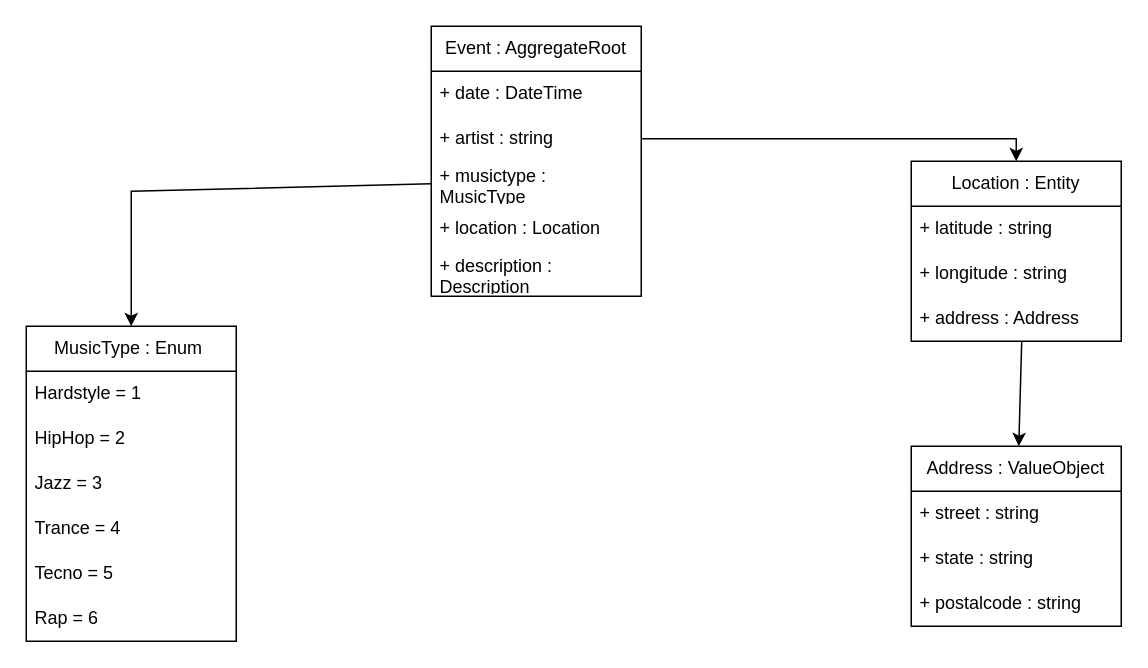
Before: diagrams/Event.drawio in TiagoMoreira003/EventService, a draw.io diagram. Source tidied: cells renumbered, new cells numbered last; positions are measured from the earlier drawing's top-left corner, leaving out a move shared by most shapes. Both pictures are drawn from the tidied source at 150%, with x=0, y=0 at pixel (26, 26).
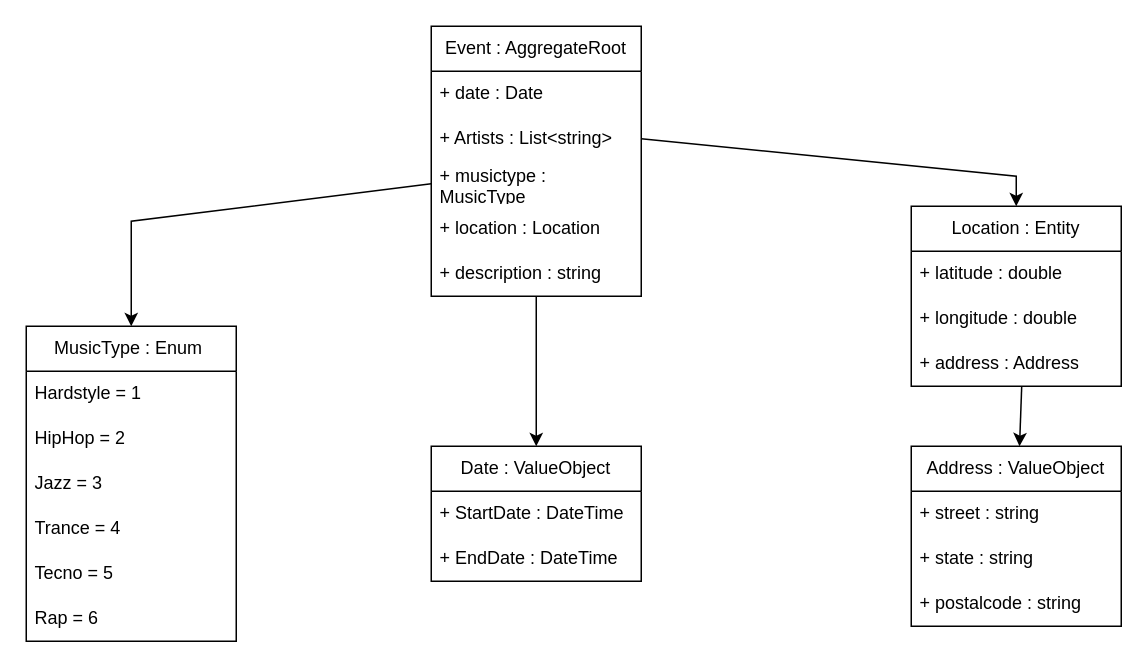
After the change.

Commit message (it also covers changes not shown here):
Update Domain diagram

Unchanged cells that the change refers to:
```xml
<mxCell id="2" value="Event : AggregateRoot" style="swimlane;fontStyle=0;horizontal=1;startSize=30;whiteSpace=wrap;html=1;" parent="1" vertex="1">
  <mxGeometry x="270" width="140" height="180" as="geometry" />
</mxCell>
<mxCell id="5" value="+ musictype : MusicType" style="text;strokeColor=none;fillColor=none;align=left;verticalAlign=middle;spacingLeft=4;spacingRight=4;overflow=hidden;points=[[0,0.5],[1,0.5]];portConstraint=eastwest;whiteSpace=wrap;html=1;" parent="2" vertex="1">
  <mxGeometry y="90" width="140" height="30" as="geometry" />
</mxCell>
<mxCell id="8" value="MusicType : Enum&amp;nbsp;" style="swimlane;fontStyle=0;horizontal=1;startSize=30;whiteSpace=wrap;html=1;" parent="1" vertex="1">
  <mxGeometry y="200" width="140" height="210" as="geometry" />
</mxCell>
```

What changed in the source:
```diff
@@
-    <mxCell id="3" value="+ date : DateTime" style="text;strokeColor=none;fillColor=none;align=left;verticalAlign=middle;spacingLeft=4;spacingRight=4;overflow=hidden;whiteSpace=wrap;html=1;" parent="2" vertex="1">
+    <mxCell id="3" value="+ date : Date" style="text;strokeColor=none;fillColor=none;align=left;verticalAlign=middle;spacingLeft=4;spacingRight=4;overflow=hidden;whiteSpace=wrap;html=1;" parent="2" vertex="1">
       <mxGeometry y="30" width="140" height="30" as="geometry" />
     </mxCell>
-    <mxCell id="4" value="+ artist : string" style="text;strokeColor=none;fillColor=none;align=left;verticalAlign=middle;spacingLeft=4;spacingRight=4;overflow=hidden;points=[[0,0.5],[1,0.5]];portConstraint=eastwest;whiteSpace=wrap;html=1;" parent="2" vertex="1">
+    <mxCell id="4" value="+ Artists : List&amp;lt;string&amp;gt;" style="text;strokeColor=none;fillColor=none;align=left;verticalAlign=middle;spacingLeft=4;spacingRight=4;overflow=hidden;points=[[0,0.5],[1,0.5]];portConstraint=eastwest;whiteSpace=wrap;html=1;" parent="2" vertex="1">
       <mxGeometry y="60" width="140" height="30" as="geometry" />
     </mxCell>
@@
-    <mxCell id="7" value="+ description : Description" style="text;strokeColor=none;fillColor=none;align=left;verticalAlign=middle;spacingLeft=4;spacingRight=4;overflow=hidden;points=[[0,0.5],[1,0.5]];portConstraint=eastwest;whiteSpace=wrap;html=1;" parent="2" vertex="1">
+    <mxCell id="7" value="+ description : string" style="text;strokeColor=none;fillColor=none;align=left;verticalAlign=middle;spacingLeft=4;spacingRight=4;overflow=hidden;points=[[0,0.5],[1,0.5]];portConstraint=eastwest;whiteSpace=wrap;html=1;" parent="2" vertex="1">
       <mxGeometry y="150" width="140" height="30" as="geometry" />
     </mxCell>
@@
     <mxCell id="15" style="endArrow=classic;html=1;rounded=0;exitX=0;exitY=0.5;exitDx=0;exitDy=0;entryX=0.5;entryY=0;entryDx=0;entryDy=0;" parent="1" edge="1" source="5" target="8">
       <mxGeometry relative="1" as="geometry">
         <Array as="points">
-          <mxPoint x="70" y="110" />
+          <mxPoint x="70" y="130" />
         </Array>
       </mxGeometry>
     </mxCell>
     <mxCell id="16" value="Location : Entity" style="swimlane;fontStyle=0;horizontal=1;startSize=30;whiteSpace=wrap;html=1;" parent="1" vertex="1">
-      <mxGeometry x="590" y="90" width="140" height="120" as="geometry" />
+      <mxGeometry x="590" y="120" width="140" height="120" as="geometry" />
     </mxCell>
-    <mxCell id="17" value="+ latitude : string" style="text;strokeColor=none;fillColor=none;align=left;verticalAlign=middle;spacingLeft=4;spacingRight=4;overflow=hidden;whiteSpace=wrap;html=1;" parent="16" vertex="1">
+    <mxCell id="17" value="+ latitude : double" style="text;strokeColor=none;fillColor=none;align=left;verticalAlign=middle;spacingLeft=4;spacingRight=4;overflow=hidden;whiteSpace=wrap;html=1;" parent="16" vertex="1">
       <mxGeometry y="30" width="140" height="30" as="geometry" />
     </mxCell>
-    <mxCell id="18" value="+ longitude : string" style="text;strokeColor=none;fillColor=none;align=left;verticalAlign=middle;spacingLeft=4;spacingRight=4;overflow=hidden;whiteSpace=wrap;html=1;" parent="16" vertex="1">
+    <mxCell id="18" value="+ longitude : double" style="text;strokeColor=none;fillColor=none;align=left;verticalAlign=middle;spacingLeft=4;spacingRight=4;overflow=hidden;whiteSpace=wrap;html=1;" parent="16" vertex="1">
       <mxGeometry y="60" width="140" height="30" as="geometry" />
     </mxCell>
@@
     <mxCell id="20" style="endArrow=classic;html=1;rounded=0;exitX=1;exitY=0.5;exitDx=0;exitDy=0;entryX=0.5;entryY=0;entryDx=0;entryDy=0;" parent="1" edge="1" source="4" target="16">
       <mxGeometry relative="1" as="geometry">
         <Array as="points">
-          <mxPoint x="660" y="75" />
+          <mxPoint x="660" y="100" />
         </Array>
       </mxGeometry>
     </mxCell>
@@
+    <mxCell id="26" value="Date : ValueObject" style="swimlane;fontStyle=0;horizontal=1;startSize=30;whiteSpace=wrap;html=1;" parent="1" vertex="1">
+      <mxGeometry x="270" y="280" width="140" height="90" as="geometry" />
+    </mxCell>
+    <mxCell id="27" value="+ StartDate : DateTime" style="text;strokeColor=none;fillColor=none;align=left;verticalAlign=middle;spacingLeft=4;spacingRight=4;overflow=hidden;whiteSpace=wrap;html=1;" parent="26" vertex="1">
+      <mxGeometry y="30" width="140" height="30" as="geometry" />
+    </mxCell>
+    <mxCell id="28" value="+ End&lt;span style=&quot;background-color: initial;&quot;&gt;Date : DateTime&lt;/span&gt;" style="text;strokeColor=none;fillColor=none;align=left;verticalAlign=middle;spacingLeft=4;spacingRight=4;overflow=hidden;whiteSpace=wrap;html=1;" parent="26" vertex="1">
+      <mxGeometry y="60" width="140" height="30" as="geometry" />
+    </mxCell>
+    <mxCell id="29" style="endArrow=classic;html=1;rounded=0;entryX=0.5;entryY=0;entryDx=0;entryDy=0;" parent="1" edge="1" source="7" target="26">
+      <mxGeometry relative="1" as="geometry" />
+    </mxCell>
```
